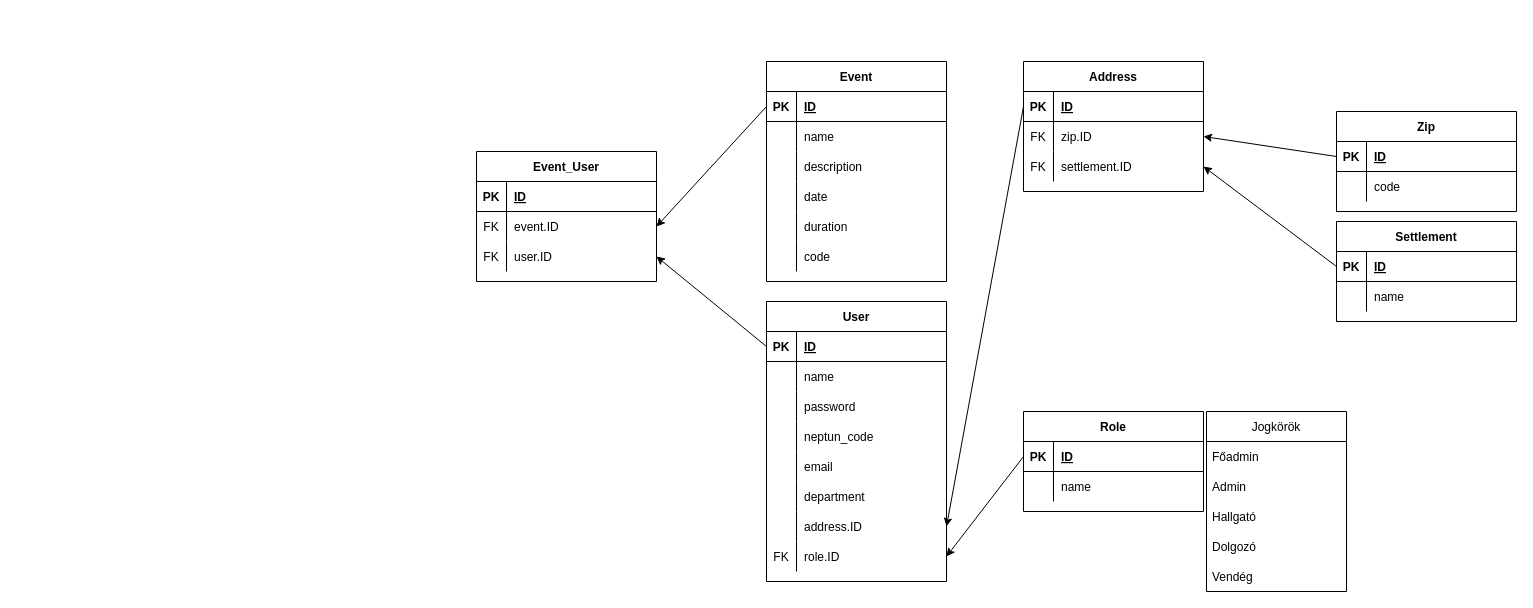
Earlier version of the draw.io diagram Documents/SportCheck_db_plan.drawio (Draconim/Creators). Source tidied: cells renumbered, new cells numbered last; positions are measured from the earlier drawing's top-left corner, leaving out a move shared by most shapes. Both pictures are drawn from the tidied source at 100%, with x=0, y=0 at pixel (476, 61).
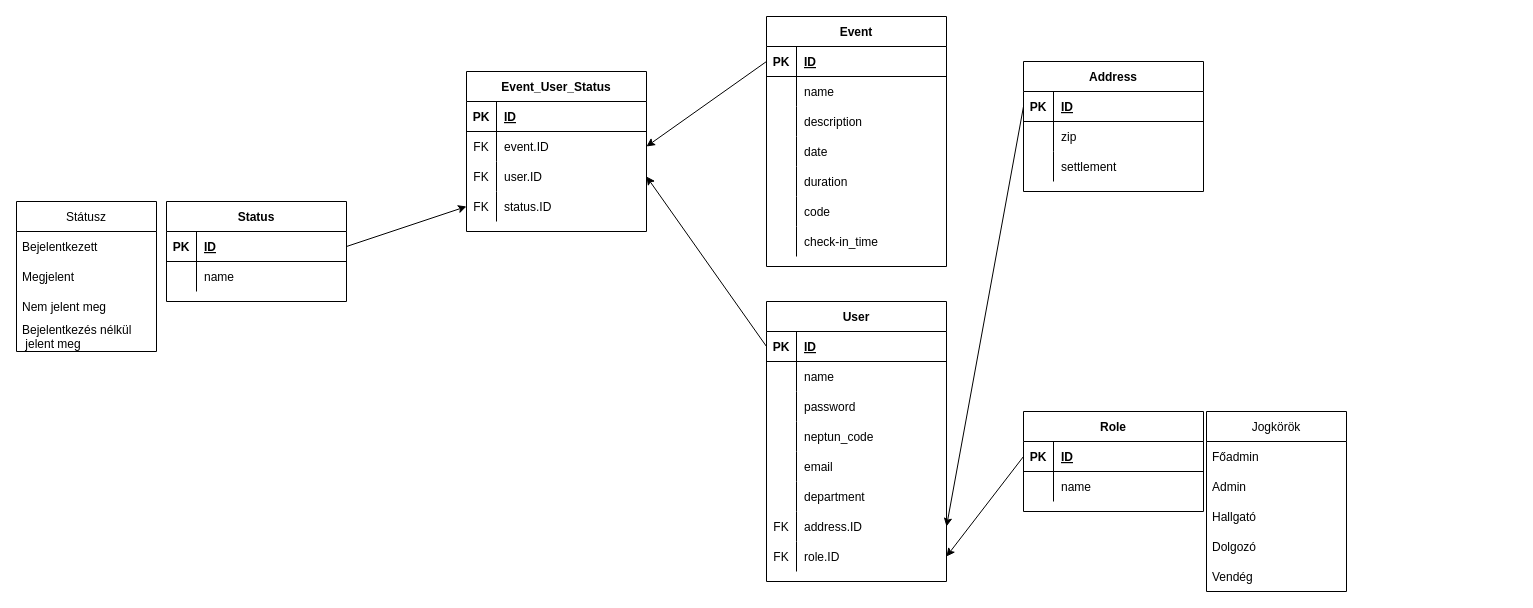
The same page after the edit.

Commit message:
db terv javítása

Unchanged cells that the change refers to:
```xml
<mxCell id="21" style="shape=tableRow;horizontal=0;startSize=0;swimlaneHead=0;swimlaneBody=0;fillColor=none;points=[[0,0.5],[1,0.5]];portConstraint=eastwest;top=0;left=0;right=0;bottom=0;" parent="2" vertex="1">
  <mxGeometry y="210" width="180" height="30" as="geometry" />
</mxCell>
<mxCell id="76" style="shape=tableRow;horizontal=0;startSize=0;swimlaneHead=0;swimlaneBody=0;fillColor=none;points=[[0,0.5],[1,0.5]];portConstraint=eastwest;top=0;left=0;right=0;bottom=0;" parent="72" vertex="1">
  <mxGeometry y="60" width="180" height="30" as="geometry" />
</mxCell>
<mxCell id="79" style="shape=tableRow;horizontal=0;startSize=0;swimlaneHead=0;swimlaneBody=0;fillColor=none;points=[[0,0.5],[1,0.5]];portConstraint=eastwest;top=0;left=0;right=0;bottom=0;" parent="72" vertex="1">
  <mxGeometry y="90" width="180" height="30" as="geometry" />
</mxCell>
```

Change to the diagram source:
```diff
@@
-    <mxCell id="22" style="shape=partialRectangle;fillColor=none;top=0;left=0;bottom=0;right=0;overflow=hidden;" parent="21" vertex="1">
+    <mxCell id="22" value="FK" style="shape=partialRectangle;fillColor=none;top=0;left=0;bottom=0;right=0;overflow=hidden;" parent="21" vertex="1">
       <mxGeometry width="30" height="30" as="geometry" />
     </mxCell>
@@
     <mxCell id="27" value="Event" style="shape=table;startSize=30;childLayout=tableLayout;rowLines=0;fontStyle=1;align=center;" parent="1" vertex="1">
-      <mxGeometry x="290" width="180" height="220" as="geometry" />
+      <mxGeometry x="290" y="-45" width="180" height="250" as="geometry" />
     </mxCell>
@@
+    <mxCell id="99" style="shape=tableRow;horizontal=0;startSize=0;swimlaneHead=0;swimlaneBody=0;fillColor=none;top=0;left=0;right=0;bottom=0;" parent="27" vertex="1">
+      <mxGeometry y="210" width="180" height="30" as="geometry" />
+    </mxCell>
+    <mxCell id="100" style="shape=partialRectangle;fillColor=none;top=0;left=0;bottom=0;right=0;overflow=hidden;" parent="99" vertex="1">
+      <mxGeometry width="30" height="30" as="geometry" />
+    </mxCell>
+    <mxCell id="101" value="check-in_time" style="shape=partialRectangle;fillColor=none;top=0;left=0;bottom=0;right=0;align=left;spacingLeft=6;overflow=hidden;" parent="99" vertex="1">
+      <mxGeometry x="30" width="150" height="30" as="geometry" />
+    </mxCell>
-    <mxCell id="46" value="Event_User" style="shape=table;startSize=30;childLayout=tableLayout;rowLines=0;fontStyle=1;align=center;" parent="1" vertex="1">
-      <mxGeometry y="90" width="180" height="130" as="geometry" />
+    <mxCell id="46" value="Event_User_Status" style="shape=table;startSize=30;childLayout=tableLayout;rowLines=0;fontStyle=1;align=center;" parent="1" vertex="1">
+      <mxGeometry x="-10" y="10" width="180" height="160" as="geometry" />
     </mxCell>
@@
+    <mxCell id="102" style="shape=tableRow;horizontal=0;startSize=0;swimlaneHead=0;swimlaneBody=0;fillColor=none;points=[[0,0.5],[1,0.5]];portConstraint=eastwest;top=0;left=0;right=0;bottom=0;" parent="46" vertex="1">
+      <mxGeometry y="120" width="180" height="30" as="geometry" />
+    </mxCell>
+    <mxCell id="103" value="FK" style="shape=partialRectangle;fillColor=none;top=0;left=0;bottom=0;right=0;overflow=hidden;" parent="102" vertex="1">
+      <mxGeometry width="30" height="30" as="geometry" />
+    </mxCell>
+    <mxCell id="104" value="status.ID" style="shape=partialRectangle;fillColor=none;top=0;left=0;bottom=0;right=0;align=left;spacingLeft=6;overflow=hidden;" parent="102" vertex="1">
+      <mxGeometry x="30" width="150" height="30" as="geometry" />
+    </mxCell>
@@
-    <mxCell id="77" value="FK" style="shape=partialRectangle;fillColor=none;top=0;left=0;bottom=0;right=0;overflow=hidden;" parent="76" vertex="1">
+    <mxCell id="77" style="shape=partialRectangle;fillColor=none;top=0;left=0;bottom=0;right=0;overflow=hidden;" parent="76" vertex="1">
       <mxGeometry width="30" height="30" as="geometry" />
     </mxCell>
-    <mxCell id="78" value="zip.ID" style="shape=partialRectangle;fillColor=none;top=0;left=0;bottom=0;right=0;align=left;spacingLeft=6;overflow=hidden;" parent="76" vertex="1">
+    <mxCell id="78" value="zip" style="shape=partialRectangle;fillColor=none;top=0;left=0;bottom=0;right=0;align=left;spacingLeft=6;overflow=hidden;" parent="76" vertex="1">
       <mxGeometry x="30" width="150" height="30" as="geometry" />
     </mxCell>
@@
-    <mxCell id="80" value="FK" style="shape=partialRectangle;fillColor=none;top=0;left=0;bottom=0;right=0;overflow=hidden;" parent="79" vertex="1">
+    <mxCell id="80" style="shape=partialRectangle;fillColor=none;top=0;left=0;bottom=0;right=0;overflow=hidden;" parent="79" vertex="1">
       <mxGeometry width="30" height="30" as="geometry" />
     </mxCell>
-    <mxCell id="81" value="settlement.ID" style="shape=partialRectangle;fillColor=none;top=0;left=0;bottom=0;right=0;align=left;spacingLeft=6;overflow=hidden;" parent="79" vertex="1">
+    <mxCell id="81" value="settlement" style="shape=partialRectangle;fillColor=none;top=0;left=0;bottom=0;right=0;align=left;spacingLeft=6;overflow=hidden;" parent="79" vertex="1">
       <mxGeometry x="30" width="150" height="30" as="geometry" />
     </mxCell>
@@
-    <mxCell id="83" value="Zip" style="shape=table;startSize=30;childLayout=tableLayout;rowLines=0;fontStyle=1;align=center;" parent="1" vertex="1">
-      <mxGeometry x="860" y="50" width="180" height="100" as="geometry" />
-    </mxCell>
-    <mxCell id="84" style="shape=tableRow;horizontal=0;startSize=0;swimlaneHead=0;swimlaneBody=0;fillColor=none;points=[[0,0.5],[1,0.5]];portConstraint=eastwest;top=0;left=0;right=0;bottom=1;" parent="83" vertex="1">
-      <mxGeometry y="30" width="180" height="30" as="geometry" />
-    </mxCell>
-    <mxCell id="85" value="PK" style="shape=partialRectangle;fillColor=none;top=0;left=0;bottom=0;right=0;fontStyle=1;overflow=hidden;" parent="84" vertex="1">
-      <mxGeometry width="30" height="30" as="geometry" />
-    </mxCell>
-    <mxCell id="86" value="ID" style="shape=partialRectangle;fillColor=none;top=0;left=0;bottom=0;right=0;align=left;spacingLeft=6;fontStyle=5;overflow=hidden;" parent="84" vertex="1">
-      <mxGeometry x="30" width="150" height="30" as="geometry" />
-    </mxCell>
-    <mxCell id="87" style="shape=tableRow;horizontal=0;startSize=0;swimlaneHead=0;swimlaneBody=0;fillColor=none;top=0;left=0;right=0;bottom=0;" parent="83" vertex="1">
-      <mxGeometry y="60" width="180" height="30" as="geometry" />
-    </mxCell>
-    <mxCell id="88" style="shape=partialRectangle;fillColor=none;top=0;left=0;bottom=0;right=0;overflow=hidden;" parent="87" vertex="1">
-      <mxGeometry width="30" height="30" as="geometry" />
-    </mxCell>
-    <mxCell id="89" value="code" style="shape=partialRectangle;fillColor=none;top=0;left=0;bottom=0;right=0;align=left;spacingLeft=6;overflow=hidden;" parent="87" vertex="1">
-      <mxGeometry x="30" width="150" height="30" as="geometry" />
-    </mxCell>
-    <mxCell id="90" value="Settlement" style="shape=table;startSize=30;childLayout=tableLayout;rowLines=0;fontStyle=1;align=center;" parent="1" vertex="1">
-      <mxGeometry x="860" y="160" width="180" height="100" as="geometry" />
-    </mxCell>
-    <mxCell id="91" style="shape=tableRow;horizontal=0;startSize=0;swimlaneHead=0;swimlaneBody=0;fillColor=none;points=[[0,0.5],[1,0.5]];portConstraint=eastwest;top=0;left=0;right=0;bottom=1;" parent="90" vertex="1">
-      <mxGeometry y="30" width="180" height="30" as="geometry" />
-    </mxCell>
-    <mxCell id="92" value="PK" style="shape=partialRectangle;fillColor=none;top=0;left=0;bottom=0;right=0;fontStyle=1;overflow=hidden;" parent="91" vertex="1">
-      <mxGeometry width="30" height="30" as="geometry" />
-    </mxCell>
-    <mxCell id="93" value="ID" style="shape=partialRectangle;fillColor=none;top=0;left=0;bottom=0;right=0;align=left;spacingLeft=6;fontStyle=5;overflow=hidden;" parent="91" vertex="1">
-      <mxGeometry x="30" width="150" height="30" as="geometry" />
-    </mxCell>
-    <mxCell id="94" style="shape=tableRow;horizontal=0;startSize=0;swimlaneHead=0;swimlaneBody=0;fillColor=none;top=0;left=0;right=0;bottom=0;" parent="90" vertex="1">
-      <mxGeometry y="60" width="180" height="30" as="geometry" />
-    </mxCell>
-    <mxCell id="95" style="shape=partialRectangle;fillColor=none;top=0;left=0;bottom=0;right=0;overflow=hidden;" parent="94" vertex="1">
-      <mxGeometry width="30" height="30" as="geometry" />
-    </mxCell>
+    <mxCell id="105" value="Status" style="shape=table;startSize=30;childLayout=tableLayout;rowLines=0;fontStyle=1;align=center;" parent="1" vertex="1">
+      <mxGeometry x="-310" y="140" width="180" height="100" as="geometry" />
+    </mxCell>
+    <mxCell id="106" style="shape=tableRow;horizontal=0;startSize=0;swimlaneHead=0;swimlaneBody=0;fillColor=none;points=[[0,0.5],[1,0.5]];portConstraint=eastwest;top=0;left=0;right=0;bottom=1;" parent="105" vertex="1">
+      <mxGeometry y="30" width="180" height="30" as="geometry" />
+    </mxCell>
+    <mxCell id="107" value="PK" style="shape=partialRectangle;fillColor=none;top=0;left=0;bottom=0;right=0;fontStyle=1;overflow=hidden;" parent="106" vertex="1">
+      <mxGeometry width="30" height="30" as="geometry" />
+    </mxCell>
+    <mxCell id="108" value="ID" style="shape=partialRectangle;fillColor=none;top=0;left=0;bottom=0;right=0;align=left;spacingLeft=6;fontStyle=5;overflow=hidden;" parent="106" vertex="1">
+      <mxGeometry x="30" width="150" height="30" as="geometry" />
+    </mxCell>
+    <mxCell id="109" style="shape=tableRow;horizontal=0;startSize=0;swimlaneHead=0;swimlaneBody=0;fillColor=none;top=0;left=0;right=0;bottom=0;" parent="105" vertex="1">
+      <mxGeometry y="60" width="180" height="30" as="geometry" />
+    </mxCell>
+    <mxCell id="110" style="shape=partialRectangle;fillColor=none;top=0;left=0;bottom=0;right=0;overflow=hidden;" parent="109" vertex="1">
+      <mxGeometry width="30" height="30" as="geometry" />
+    </mxCell>
-    <mxCell id="96" value="name" style="shape=partialRectangle;fillColor=none;top=0;left=0;bottom=0;right=0;align=left;spacingLeft=6;overflow=hidden;" parent="94" vertex="1">
+    <mxCell id="96" value="name" style="shape=partialRectangle;fillColor=none;top=0;left=0;bottom=0;right=0;align=left;spacingLeft=6;overflow=hidden;" parent="109" vertex="1">
       <mxGeometry x="30" width="150" height="30" as="geometry" />
     </mxCell>
-    <mxCell id="97" style="endArrow=classic;html=1;rounded=0;exitX=0;exitY=0.5;exitDx=0;exitDy=0;entryX=1;entryY=0.5;entryDx=0;entryDy=0;" parent="1" edge="1" source="91" target="79">
-      <mxGeometry relative="1" as="geometry" />
-    </mxCell>
-    <mxCell id="98" style="endArrow=classic;html=1;rounded=0;exitX=0;exitY=0.5;exitDx=0;exitDy=0;entryX=1;entryY=0.5;entryDx=0;entryDy=0;" parent="1" edge="1" source="84" target="76">
-      <mxGeometry relative="1" as="geometry" />
-    </mxCell>
+    <mxCell id="111" style="endArrow=classic;html=1;rounded=0;entryX=0;entryY=0.5;entryDx=0;entryDy=0;exitX=1;exitY=0.5;exitDx=0;exitDy=0;" parent="1" edge="1" source="106" target="102">
+      <mxGeometry relative="1" as="geometry" />
+    </mxCell>
+    <mxCell id="112" value="Státusz" style="swimlane;fontStyle=0;horizontal=1;startSize=30;" parent="1" vertex="1">
+      <mxGeometry x="-460" y="140" width="140" height="150" as="geometry" />
+    </mxCell>
+    <mxCell id="113" value="Bejelentkezett" style="text;strokeColor=none;fillColor=none;align=left;verticalAlign=middle;spacingLeft=4;spacingRight=4;overflow=hidden;" parent="112" vertex="1">
+      <mxGeometry y="30" width="140" height="30" as="geometry" />
+    </mxCell>
+    <mxCell id="114" value="Megjelent" style="text;strokeColor=none;fillColor=none;align=left;verticalAlign=middle;spacingLeft=4;spacingRight=4;overflow=hidden;" parent="112" vertex="1">
+      <mxGeometry y="60" width="140" height="30" as="geometry" />
+    </mxCell>
+    <mxCell id="115" value="Nem jelent meg" style="text;strokeColor=none;fillColor=none;align=left;verticalAlign=middle;spacingLeft=4;spacingRight=4;overflow=hidden;" parent="112" vertex="1">
+      <mxGeometry y="90" width="140" height="30" as="geometry" />
+    </mxCell>
+    <mxCell id="116" value="Bejelentkezés nélkül&#10; jelent meg" style="text;strokeColor=none;fillColor=none;align=left;verticalAlign=middle;spacingLeft=4;spacingRight=4;overflow=hidden;" parent="112" vertex="1">
+      <mxGeometry y="120" width="140" height="30" as="geometry" />
+    </mxCell>
```
